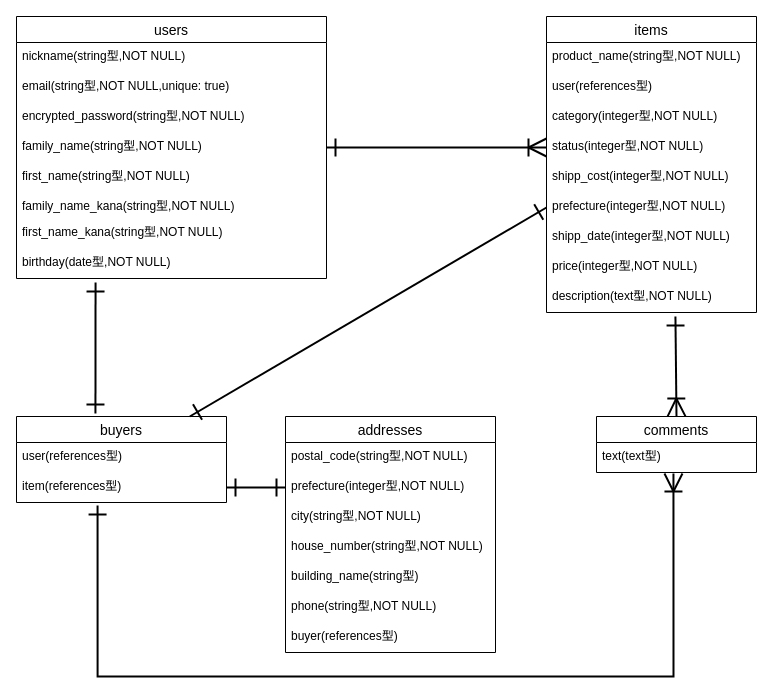
This is page "ページ1" (1 of 2) of er.dio from ryosuke-shimizu/furima-35253, a draw.io file, before an edit. Source tidied: cells renumbered, new cells numbered last; positions are measured from the earlier drawing's top-left corner, leaving out a move shared by most shapes. Both pictures are drawn from the tidied source at 100%, with x=0, y=0 at pixel (16, 16).
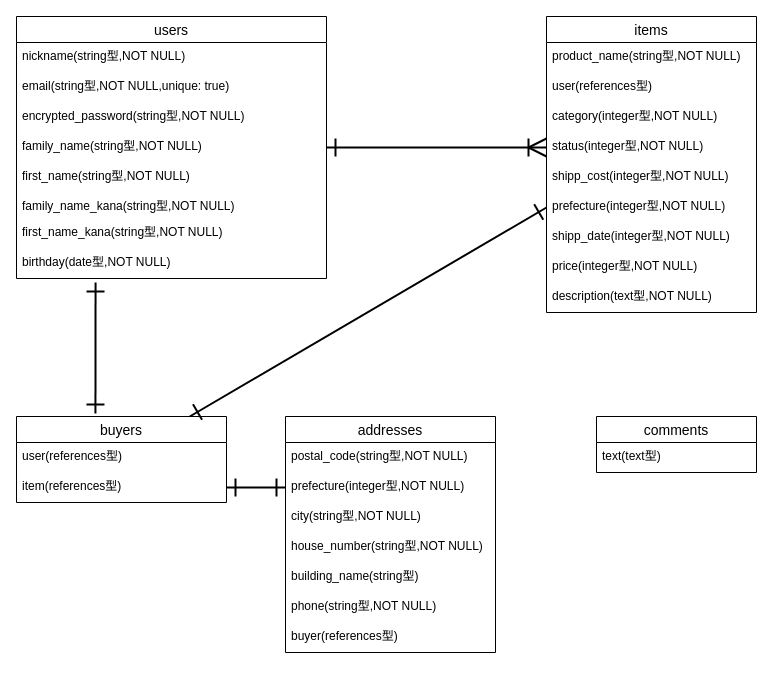
The same page after the edit.

Commit message (it also covers changes not shown here):
アソシエーションの修正

Unchanged cells that the change refers to:
```xml
<mxCell id="20" value="description(text型,NOT NULL)" style="text;strokeColor=none;fillColor=none;spacingLeft=4;spacingRight=4;overflow=hidden;points=[[0,0.5],[1,0.5]];portConstraint=eastwest;fontSize=12;" parent="11" vertex="1">
  <mxGeometry y="266" width="210" height="30" as="geometry" />
</mxCell>
<mxCell id="23" value="item(references型)" style="text;strokeColor=none;fillColor=none;spacingLeft=4;spacingRight=4;overflow=hidden;points=[[0,0.5],[1,0.5]];portConstraint=eastwest;fontSize=12;" parent="21" vertex="1">
  <mxGeometry y="56" width="210" height="30" as="geometry" />
</mxCell>
<mxCell id="32" value="comments" style="swimlane;fontStyle=0;horizontal=1;startSize=26;align=center;fontSize=14;" parent="1" vertex="1">
  <mxGeometry x="580" y="400" width="160" height="56" as="geometry" />
</mxCell>
<mxCell id="33" value="text(text型)" style="text;strokeColor=none;fillColor=none;spacingLeft=4;spacingRight=4;overflow=hidden;points=[[0,0.5],[1,0.5]];portConstraint=eastwest;fontSize=12;" parent="32" vertex="1">
  <mxGeometry y="26" width="160" height="30" as="geometry" />
</mxCell>
```

Change to the diagram source:
```diff
@@
-    <mxCell id="35" style="fontSize=12;html=1;endArrow=ERoneToMany;startArrow=ERone;strokeWidth=2;startFill=0;rounded=0;startSize=15;endSize=15;entryX=0.5;entryY=0;entryDx=0;entryDy=0;exitX=0.614;exitY=1.133;exitDx=0;exitDy=0;exitPerimeter=0;" parent="1" edge="1" source="20" target="32">
-      <mxGeometry relative="1" as="geometry" />
-    </mxCell>
@@
-    <mxCell id="38" style="fontSize=12;html=1;endArrow=ERoneToMany;startArrow=ERone;strokeWidth=2;startFill=0;rounded=0;startSize=15;endSize=15;edgeStyle=orthogonalEdgeStyle;exitX=0.386;exitY=1.1;exitDx=0;exitDy=0;exitPerimeter=0;entryX=0.481;entryY=1.033;entryDx=0;entryDy=0;entryPerimeter=0;" parent="1" edge="1" source="23" target="33">
-      <mxGeometry relative="1" as="geometry">
-        <Array as="points">
-          <mxPoint x="81" y="660" />
-          <mxPoint x="657" y="660" />
-        </Array>
-      </mxGeometry>
-    </mxCell>
```
